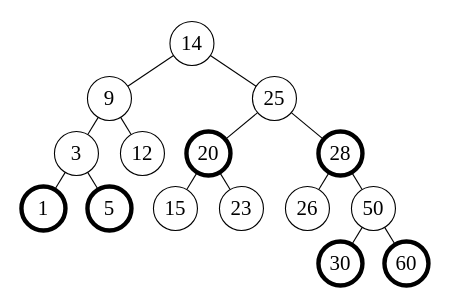
Earlier version of the draw.io diagram 6/6-19.drawio (Wankupi/figures). Source tidied: cells renumbered, new cells numbered last; positions are measured from the earlier drawing's top-left corner, leaving out a move shared by most shapes. Both pictures are drawn from the tidied source at 110%, with x=0, y=0 at pixel (21, 21).
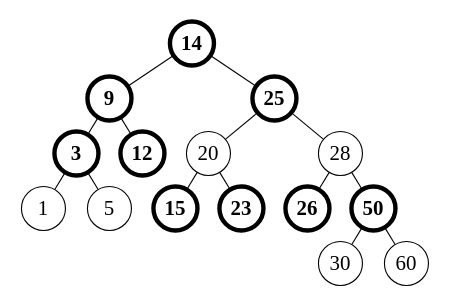
Above is the later version.

The change refers to these unchanged cells:
```xml
<mxCell id="2" style="group;" parent="1" vertex="1">
  <mxGeometry width="370" height="240" as="geometry" />
</mxCell>
```

Diff of the diagram source:
```diff
@@
-    <mxCell id="3" value="14" style="ellipse;whiteSpace=wrap;html=1;fontFamily=Times New Roman;fontSize=19;" parent="2" vertex="1">
+    <mxCell id="3" value="14" style="ellipse;whiteSpace=wrap;html=1;fontFamily=Times New Roman;fontSize=19;fontStyle=1;strokeWidth=4;" parent="2" vertex="1">
       <mxGeometry x="135" width="40" height="40" as="geometry" />
     </mxCell>
-    <mxCell id="4" value="9" style="ellipse;whiteSpace=wrap;html=1;fontFamily=Times New Roman;fontSize=19;" parent="2" vertex="1">
+    <mxCell id="4" value="9" style="ellipse;whiteSpace=wrap;html=1;fontFamily=Times New Roman;fontSize=19;fontStyle=1;strokeWidth=4;" parent="2" vertex="1">
       <mxGeometry x="60" y="50" width="40" height="40" as="geometry" />
     </mxCell>
@@
-    <mxCell id="6" value="3" style="ellipse;whiteSpace=wrap;html=1;fontFamily=Times New Roman;fontSize=19;" parent="2" vertex="1">
+    <mxCell id="6" value="3" style="ellipse;whiteSpace=wrap;html=1;fontFamily=Times New Roman;fontSize=19;fontStyle=1;strokeWidth=4;" parent="2" vertex="1">
       <mxGeometry x="30" y="100" width="40" height="40" as="geometry" />
     </mxCell>
@@
-    <mxCell id="8" value="12" style="ellipse;whiteSpace=wrap;html=1;fontFamily=Times New Roman;fontSize=19;" parent="2" vertex="1">
+    <mxCell id="8" value="12" style="ellipse;whiteSpace=wrap;html=1;fontFamily=Times New Roman;fontSize=19;fontStyle=1;strokeWidth=4;" parent="2" vertex="1">
       <mxGeometry x="90" y="100" width="40" height="40" as="geometry" />
     </mxCell>
@@
-    <mxCell id="10" value="25" style="ellipse;whiteSpace=wrap;html=1;fontFamily=Times New Roman;fontSize=19;" parent="2" vertex="1">
+    <mxCell id="10" value="25" style="ellipse;whiteSpace=wrap;html=1;fontFamily=Times New Roman;fontSize=19;fontStyle=1;strokeWidth=4;" parent="2" vertex="1">
       <mxGeometry x="210" y="50" width="40" height="40" as="geometry" />
     </mxCell>
@@
-    <mxCell id="12" value="15" style="ellipse;whiteSpace=wrap;html=1;fontFamily=Times New Roman;fontSize=19;" parent="2" vertex="1">
+    <mxCell id="12" value="15" style="ellipse;whiteSpace=wrap;html=1;fontFamily=Times New Roman;fontSize=19;fontStyle=1;strokeWidth=4;" parent="2" vertex="1">
       <mxGeometry x="120" y="150" width="40" height="40" as="geometry" />
     </mxCell>
-    <mxCell id="13" value="23" style="ellipse;whiteSpace=wrap;html=1;fontFamily=Times New Roman;fontSize=19;" parent="2" vertex="1">
+    <mxCell id="13" value="23" style="ellipse;whiteSpace=wrap;html=1;fontFamily=Times New Roman;fontSize=19;fontStyle=1;strokeWidth=4;" parent="2" vertex="1">
       <mxGeometry x="180" y="150" width="40" height="40" as="geometry" />
     </mxCell>
-    <mxCell id="14" value="26" style="ellipse;whiteSpace=wrap;html=1;fontFamily=Times New Roman;fontSize=19;" parent="2" vertex="1">
+    <mxCell id="14" value="26" style="ellipse;whiteSpace=wrap;html=1;fontFamily=Times New Roman;fontSize=19;fontStyle=1;strokeWidth=4;" parent="2" vertex="1">
       <mxGeometry x="240" y="150" width="40" height="40" as="geometry" />
     </mxCell>
-    <mxCell id="15" value="50" style="ellipse;whiteSpace=wrap;html=1;fontFamily=Times New Roman;fontSize=19;" parent="2" vertex="1">
+    <mxCell id="15" value="50" style="ellipse;whiteSpace=wrap;html=1;fontFamily=Times New Roman;fontSize=19;fontStyle=1;strokeWidth=4;" parent="2" vertex="1">
       <mxGeometry x="300" y="150" width="40" height="40" as="geometry" />
     </mxCell>
@@
-    <mxCell id="18" value="20" style="ellipse;whiteSpace=wrap;html=1;fontFamily=Times New Roman;fontSize=19;strokeWidth=4;fillStyle=auto;fillColor=#FFFFFF;" parent="2" vertex="1">
+    <mxCell id="18" value="20" style="ellipse;whiteSpace=wrap;html=1;fontFamily=Times New Roman;fontSize=19;strokeWidth=1;fillStyle=auto;fillColor=#FFFFFF;fontStyle=0;" parent="2" vertex="1">
       <mxGeometry x="150" y="100" width="40" height="40" as="geometry" />
     </mxCell>
@@
-    <mxCell id="22" value="28" style="ellipse;whiteSpace=wrap;html=1;fontFamily=Times New Roman;fontSize=19;strokeWidth=4;fillStyle=auto;fillColor=#FFFFFF;" parent="2" vertex="1">
+    <mxCell id="22" value="28" style="ellipse;whiteSpace=wrap;html=1;fontFamily=Times New Roman;fontSize=19;strokeWidth=1;fillStyle=auto;fillColor=#FFFFFF;fontStyle=0;" parent="2" vertex="1">
       <mxGeometry x="270" y="100" width="40" height="40" as="geometry" />
     </mxCell>
@@
-    <mxCell id="24" value="1" style="ellipse;whiteSpace=wrap;html=1;fontFamily=Times New Roman;fontSize=19;strokeWidth=4;fillStyle=auto;fillColor=#FFFFFF;" parent="2" vertex="1">
+    <mxCell id="24" value="1" style="ellipse;whiteSpace=wrap;html=1;fontFamily=Times New Roman;fontSize=19;strokeWidth=1;fillStyle=auto;fillColor=#FFFFFF;fontStyle=0;" parent="2" vertex="1">
       <mxGeometry y="150" width="40" height="40" as="geometry" />
     </mxCell>
@@
-    <mxCell id="26" value="5" style="ellipse;whiteSpace=wrap;html=1;fontFamily=Times New Roman;fontSize=19;strokeWidth=4;fillStyle=auto;fillColor=#FFFFFF;" parent="2" vertex="1">
+    <mxCell id="26" value="5" style="ellipse;whiteSpace=wrap;html=1;fontFamily=Times New Roman;fontSize=19;strokeWidth=1;fillStyle=auto;fillColor=#FFFFFF;fontStyle=0;" parent="2" vertex="1">
       <mxGeometry x="60" y="150" width="40" height="40" as="geometry" />
     </mxCell>
@@
-    <mxCell id="28" value="30" style="ellipse;whiteSpace=wrap;html=1;fontFamily=Times New Roman;fontSize=19;strokeWidth=4;fillStyle=auto;fillColor=#FFFFFF;" parent="2" vertex="1">
+    <mxCell id="28" value="30" style="ellipse;whiteSpace=wrap;html=1;fontFamily=Times New Roman;fontSize=19;strokeWidth=1;fillStyle=auto;fillColor=#FFFFFF;fontStyle=0;" parent="2" vertex="1">
       <mxGeometry x="270" y="200" width="40" height="40" as="geometry" />
     </mxCell>
@@
-    <mxCell id="30" value="60" style="ellipse;whiteSpace=wrap;html=1;fontFamily=Times New Roman;fontSize=19;strokeWidth=4;fillStyle=auto;fillColor=#FFFFFF;" parent="2" vertex="1">
+    <mxCell id="30" value="60" style="ellipse;whiteSpace=wrap;html=1;fontFamily=Times New Roman;fontSize=19;strokeWidth=1;fillStyle=auto;fillColor=#FFFFFF;fontStyle=0;" parent="2" vertex="1">
       <mxGeometry x="330" y="200" width="40" height="40" as="geometry" />
     </mxCell>
```
